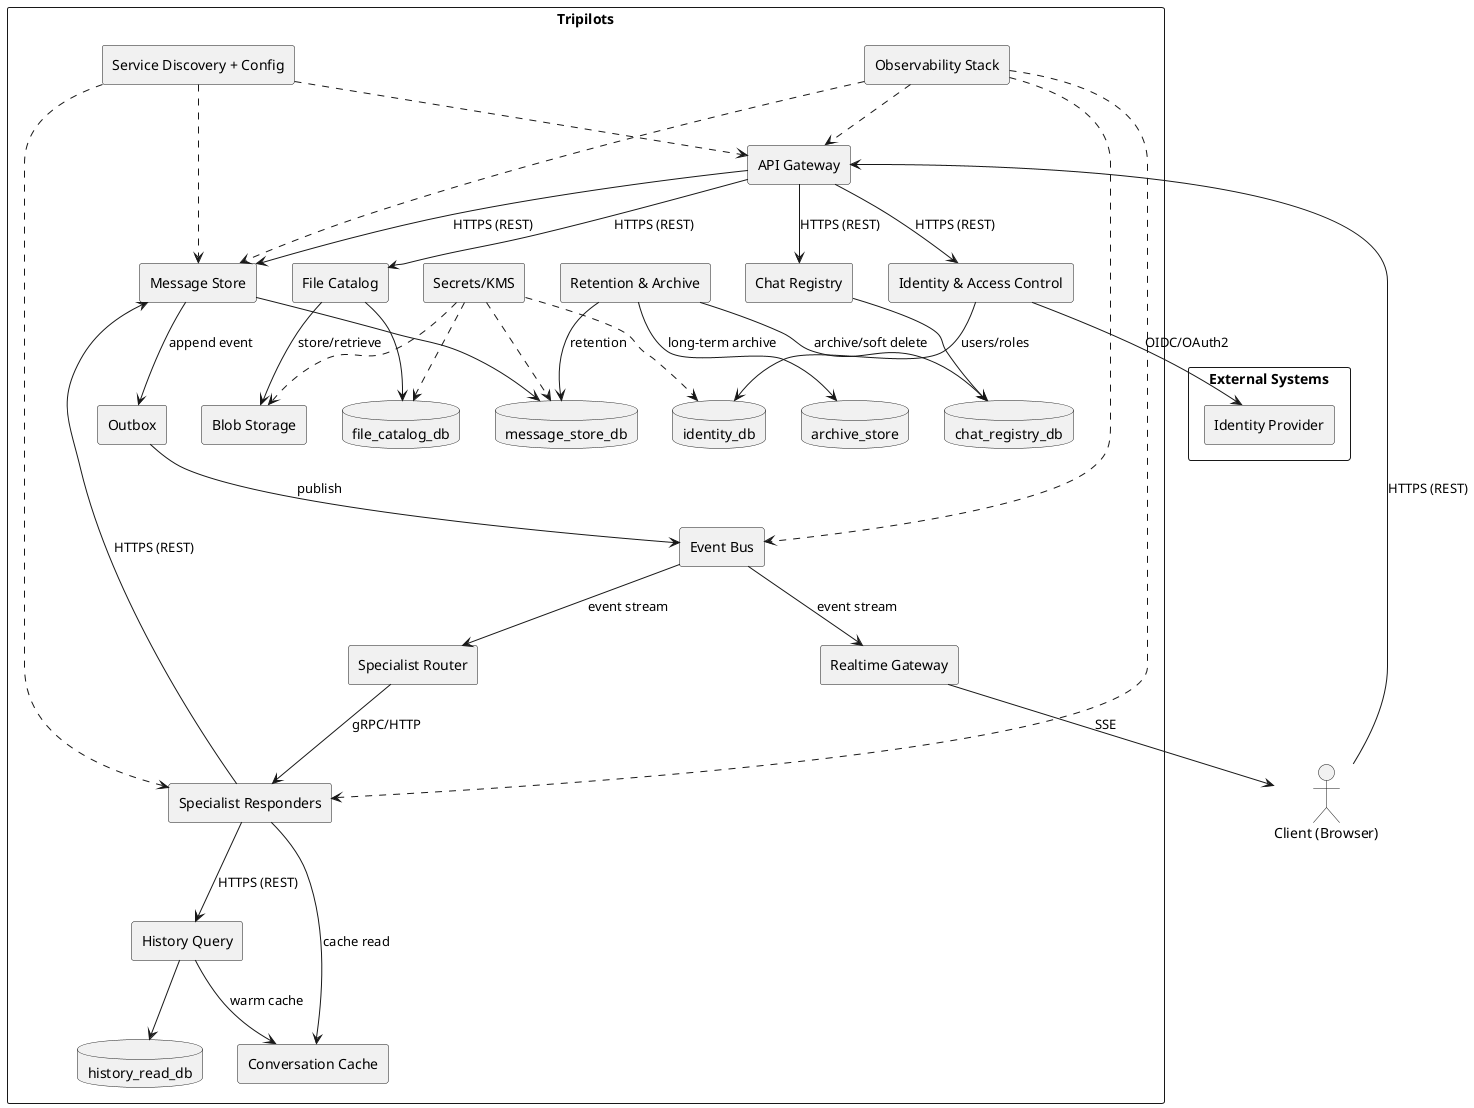
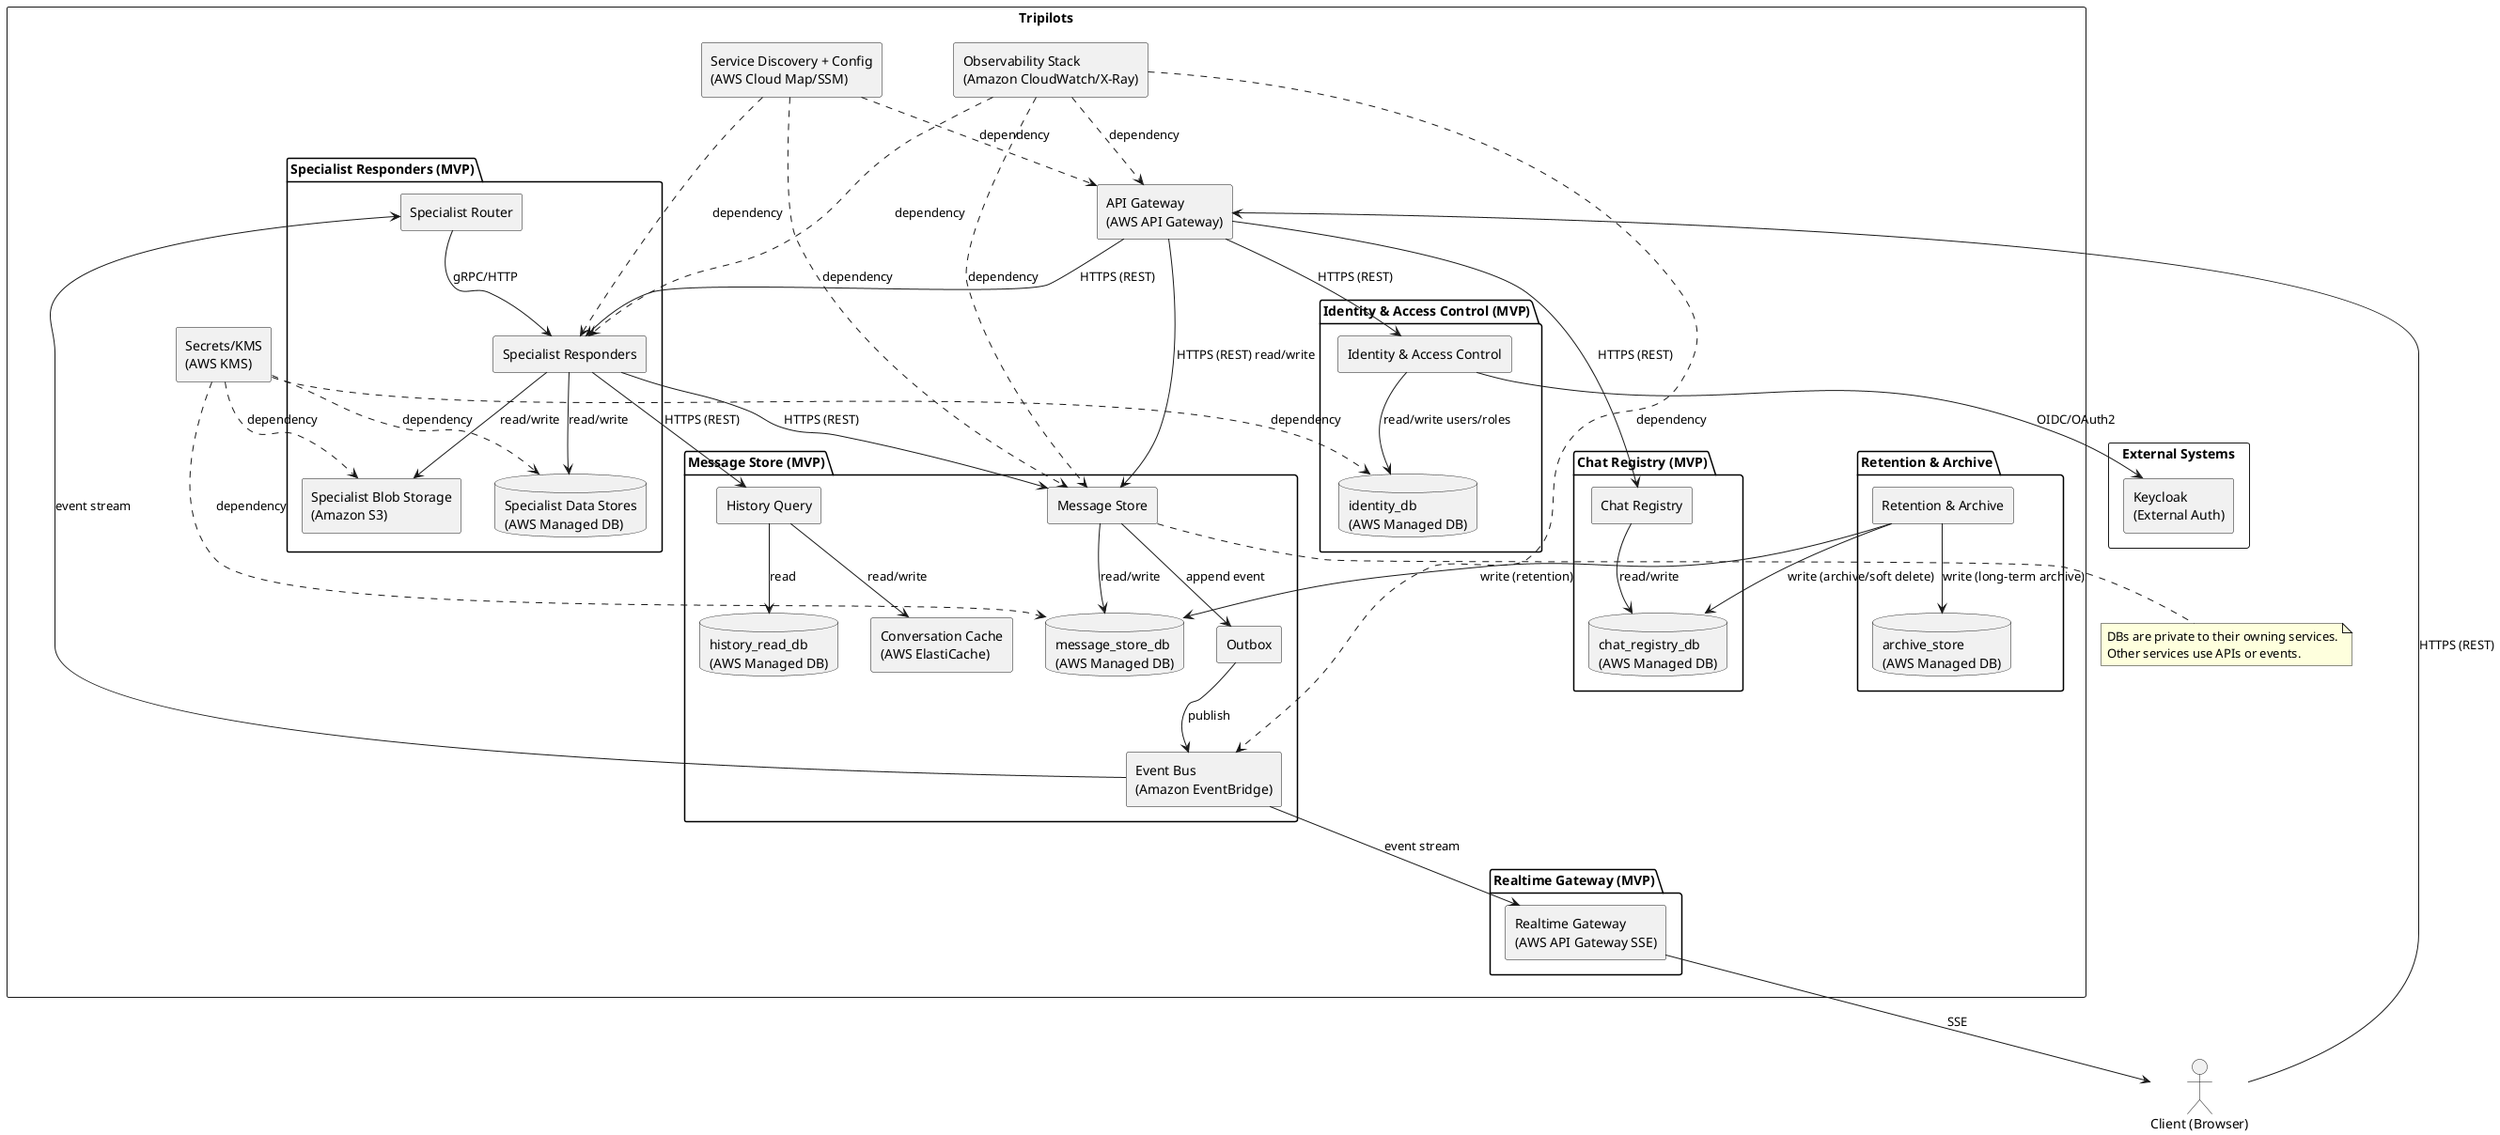
@startuml
skinparam componentStyle rectangle

actor "Client (Browser)" as Client

rectangle "External Systems" {
-   rectangle "Identity Provider" as IdP
+   rectangle "Keycloak\n(External Auth)" as Keycloak
}

rectangle "Tripilots" {
-   rectangle "API Gateway" as APIGW
-   rectangle "Realtime Gateway" as RTGW
-   rectangle "Identity & Access Control" as IAM
-   rectangle "Chat Registry" as ChatReg
-   rectangle "Message Store" as MsgStore
-   rectangle "History Query" as HistoryQuery
-   rectangle "Conversation Cache" as ConvCache
-   rectangle "Specialist Router" as SpecRouter
-   rectangle "Specialist Responders" as Specialists
-   rectangle "File Catalog" as FileCat
-   rectangle "Retention & Archive" as Retention
-   rectangle "Event Bus" as EventBus
-   rectangle "Outbox" as Outbox
-   rectangle "Observability Stack" as Obs
-   rectangle "Service Discovery + Config" as SDC
-   rectangle "Secrets/KMS" as KMS
+   rectangle "API Gateway\n(AWS API Gateway)" as APIGW

-   database "identity_db" as IdentityDB
-   database "chat_registry_db" as ChatRegDB
-   database "message_store_db" as MsgDB
-   database "history_read_db" as HistoryDB
-   database "file_catalog_db" as FileDB
-   database "archive_store" as ArchiveDB
-   rectangle "Blob Storage" as BlobStore
+   package "Identity & Access Control (MVP)" {
+     rectangle "Identity & Access Control" as IAM
+     database "identity_db\n(AWS Managed DB)" as IdentityDB
+   }
+ 
+   package "Chat Registry (MVP)" {
+     rectangle "Chat Registry" as ChatReg
+     database "chat_registry_db\n(AWS Managed DB)" as ChatRegDB
+   }
+ 
+   package "Message Store (MVP)" {
+     rectangle "Message Store" as MsgStore
+     rectangle "Outbox" as Outbox
+     rectangle "Event Bus\n(Amazon EventBridge)" as EventBus
+     rectangle "History Query" as HistoryQuery
+     rectangle "Conversation Cache\n(AWS ElastiCache)" as ConvCache
+     database "message_store_db\n(AWS Managed DB)" as MsgDB
+     database "history_read_db\n(AWS Managed DB)" as HistoryDB
+   }
+ 
+   package "Realtime Gateway (MVP)" {
+     rectangle "Realtime Gateway\n(AWS API Gateway SSE)" as RTGW
+   }
+ 
+   package "Specialist Responders (MVP)" {
+     rectangle "Specialist Router" as SpecRouter
+     rectangle "Specialist Responders" as Specialists
+     database "Specialist Data Stores\n(AWS Managed DB)" as SpecDB
+     rectangle "Specialist Blob Storage\n(Amazon S3)" as SpecBlob
+   }
+ 
+   package "Retention & Archive" {
+     rectangle "Retention & Archive" as Retention
+     database "archive_store\n(AWS Managed DB)" as ArchiveDB
+   }
+ 
+   rectangle "Observability Stack\n(Amazon CloudWatch/X-Ray)" as Obs
+   rectangle "Service Discovery + Config\n(AWS Cloud Map/SSM)" as SDC
+   rectangle "Secrets/KMS\n(AWS KMS)" as KMS
}

Client --> APIGW : HTTPS (REST)
APIGW --> IAM : HTTPS (REST)
- IAM --> IdP : OIDC/OAuth2
- IAM --> IdentityDB : users/roles
+ IAM --> Keycloak : OIDC/OAuth2
+ IAM --> IdentityDB : read/write users/roles

APIGW --> ChatReg : HTTPS (REST)
- ChatReg --> ChatRegDB
+ ChatReg --> ChatRegDB : read/write

- APIGW --> MsgStore : HTTPS (REST)
- MsgStore --> MsgDB
+ APIGW --> MsgStore : HTTPS (REST) read/write
+ MsgStore --> MsgDB : read/write
MsgStore --> Outbox : append event
Outbox --> EventBus : publish

EventBus --> RTGW : event stream
RTGW --> Client : SSE

EventBus --> SpecRouter : event stream
SpecRouter --> Specialists : gRPC/HTTP
- Specialists --> ConvCache : cache read
Specialists --> HistoryQuery : HTTPS (REST)
- HistoryQuery --> HistoryDB
- HistoryQuery --> ConvCache : warm cache
+ HistoryQuery --> HistoryDB : read
+ HistoryQuery --> ConvCache : read/write
Specialists --> MsgStore : HTTPS (REST)
+ Specialists --> SpecDB : read/write
+ Specialists --> SpecBlob : read/write

- APIGW --> FileCat : HTTPS (REST)
- FileCat --> FileDB
- FileCat --> BlobStore : store/retrieve
+ APIGW --> Specialists : HTTPS (REST)

- Retention --> ChatRegDB : archive/soft delete
- Retention --> MsgDB : retention
- Retention --> ArchiveDB : long-term archive
+ Retention --> ChatRegDB : write (archive/soft delete)
+ Retention --> MsgDB : write (retention)
+ Retention --> ArchiveDB : write (long-term archive)

- Obs ..> APIGW
- Obs ..> MsgStore
- Obs ..> EventBus
- Obs ..> Specialists
+ Obs ..> APIGW : dependency
+ Obs ..> MsgStore : dependency
+ Obs ..> EventBus : dependency
+ Obs ..> Specialists : dependency

- SDC ..> APIGW
- SDC ..> MsgStore
- SDC ..> Specialists
+ SDC ..> APIGW : dependency
+ SDC ..> MsgStore : dependency
+ SDC ..> Specialists : dependency

- KMS ..> IdentityDB
- KMS ..> MsgDB
- KMS ..> FileDB
- KMS ..> BlobStore
+ KMS ..> IdentityDB : dependency
+ KMS ..> MsgDB : dependency
+ KMS ..> SpecDB : dependency
+ KMS ..> SpecBlob : dependency
+ 
+ note bottom of MsgStore
+ DBs are private to their owning services.
+ Other services use APIs or events.
+ end note

@enduml
